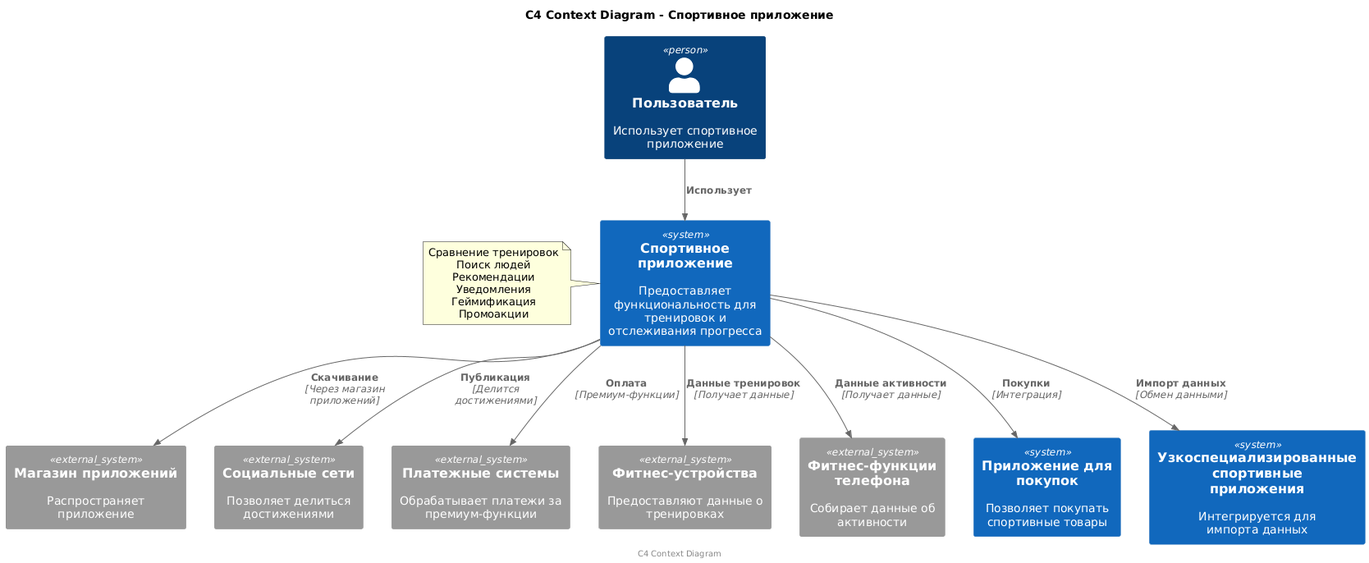
This is Pict/context.png from Kaplina-AS/SA_proekt, a PlantUML export, as it was before one commit.
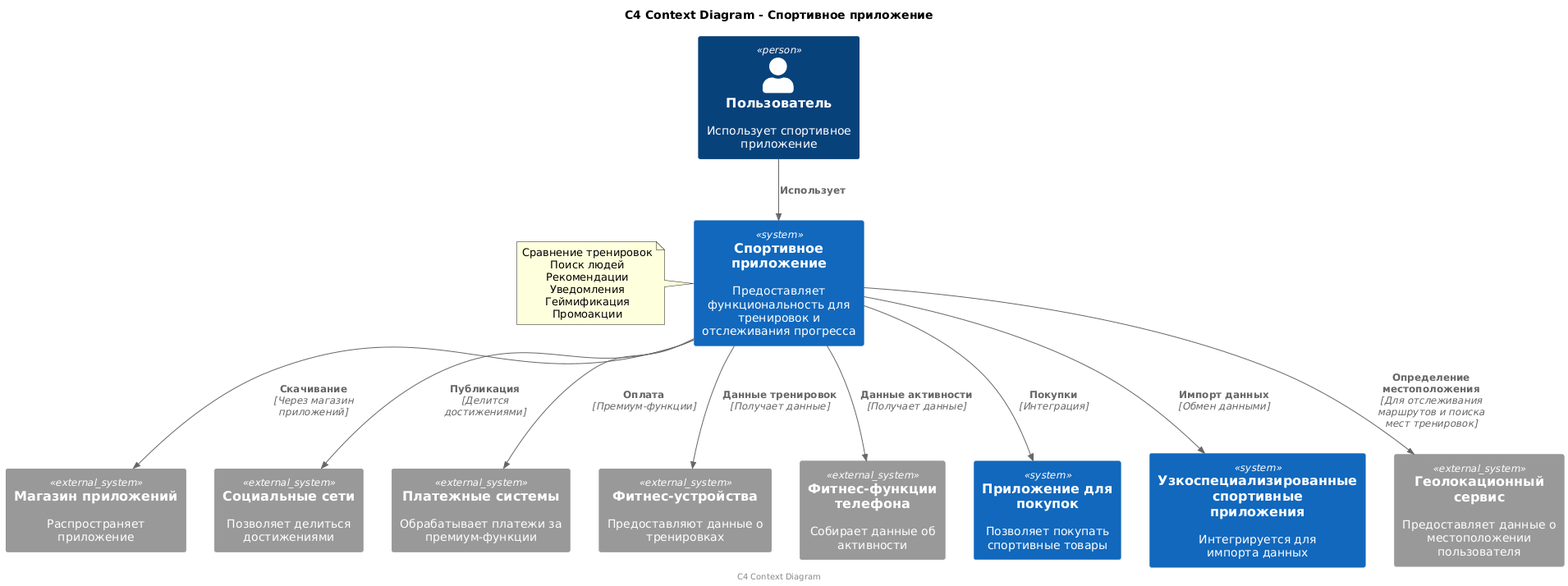
Later version of the same file.

Diff of the diagram source:
```diff
@@ -10,6 +10,7 @@
 System_Ext(fitnessphone, "Фитнес-функции телефона", "Собирает данные об активности")
 System(shoppingapp, "Приложение для покупок", "Позволяет покупать спортивные товары")
 System(specializedapps, "Узкоспециализированные спортивные приложения", "Интегрируется для импорта данных")
+System_Ext(geolocationservice, "Геолокационный сервис", "Предоставляет данные о местоположении пользователя")
 
 Rel(user, sportsapp, "Использует")
 Rel(sportsapp, appstore, "Скачивание", "Через магазин приложений")
@@ -19,6 +20,7 @@
 Rel(sportsapp, fitnessphone, "Данные активности", "Получает данные")
 Rel(sportsapp, shoppingapp, "Покупки", "Интеграция")
 Rel(sportsapp, specializedapps, "Импорт данных", "Обмен данными")
+Rel(sportsapp, geolocationservice, "Определение местоположения", "Для отслеживания маршрутов и поиска мест тренировок")
 
 note left of sportsapp : Сравнение тренировок\nПоиск людей\nРекомендации\nУведомления\nГеймификация\nПромоакции
 
```
